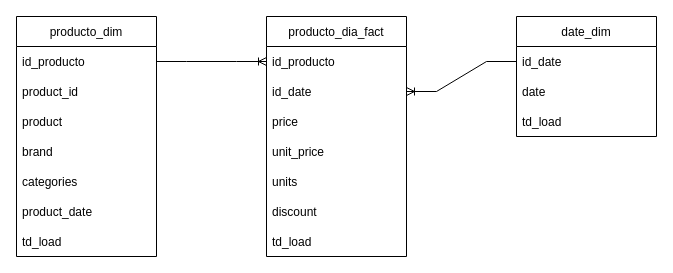
cperezh/FoodECommerceScraper keeps this draw.io diagram as page "Base de datos" (2 of 2) of doc/Diseño Técnico.drawio. Above is the earlier version. Source tidied: cells renumbered, new cells numbered last; positions are measured from the earlier drawing's top-left corner, leaving out a move shared by most shapes. Both pictures are drawn from the tidied source at 100%, with x=0, y=0 at pixel (16, 16).
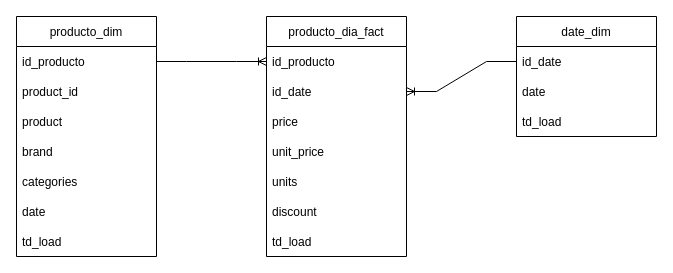
The same diagram, later.

The change refers to these unchanged cells:
```xml
<mxCell id="2" value="producto_dim" style="swimlane;fontStyle=0;horizontal=1;startSize=30;" parent="1" vertex="1">
  <mxGeometry width="140" height="240" as="geometry" />
</mxCell>
```

Diff of the diagram source:
```diff
@@
-    <mxCell id="8" value="product_date" style="text;strokeColor=none;fillColor=none;align=left;verticalAlign=middle;spacingLeft=4;spacingRight=4;overflow=hidden;" parent="2" vertex="1">
+    <mxCell id="8" value="date" style="text;strokeColor=none;fillColor=none;align=left;verticalAlign=middle;spacingLeft=4;spacingRight=4;overflow=hidden;" parent="2" vertex="1">
       <mxGeometry y="180" width="140" height="30" as="geometry" />
     </mxCell>
```
